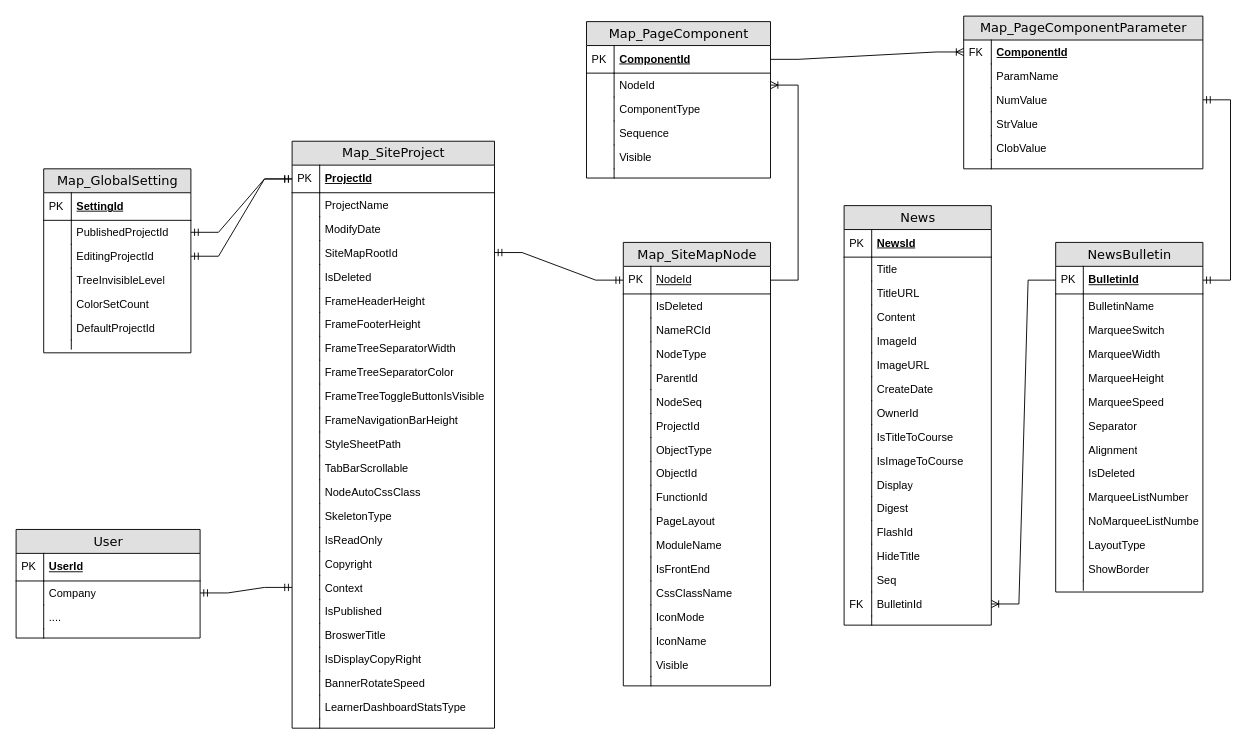
zs6184/Drawio keeps this draw.io diagram as drawioFile/最新公告關聯.drawio. Above is the earlier version. Source tidied: cells renumbered, new cells numbered last; positions are measured from the earlier drawing's top-left corner, leaving out a move shared by most shapes. Both pictures are drawn from the tidied source at 92%, with x=0, y=0 at pixel (16, 16).
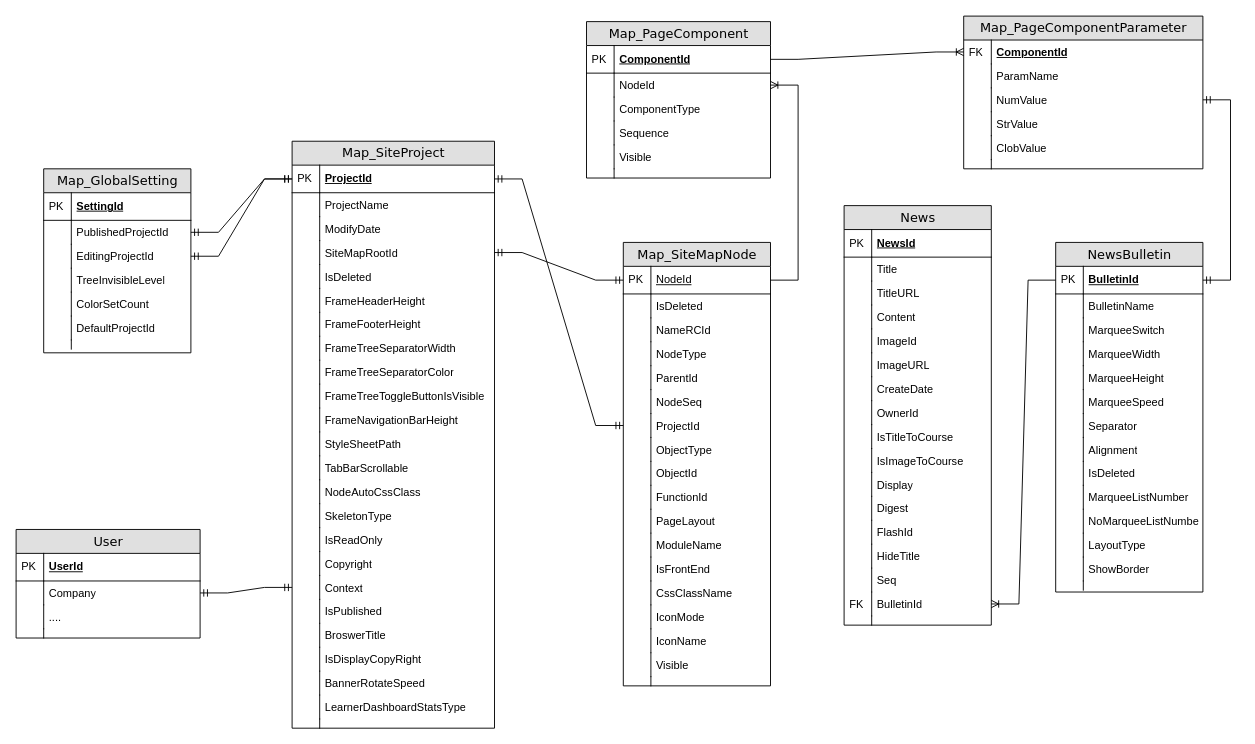
The same page after the edit.

The change refers to these unchanged cells:
```xml
<mxCell id="68" value="ProjectId" style="shape=partialRectangle;top=0;left=0;right=0;bottom=1;html=1;align=left;verticalAlign=middle;fillColor=none;spacingLeft=34;spacingRight=4;whiteSpace=wrap;overflow=hidden;points=[[0,0.5],[1,0.5]];portConstraint=eastwest;fontStyle=5;" parent="67" vertex="1">
  <mxGeometry y="26" width="220" height="30" as="geometry" />
</mxCell>
<mxCell id="144" value="ProjectId" style="shape=partialRectangle;top=0;left=0;right=0;bottom=0;html=1;align=left;verticalAlign=top;fillColor=none;spacingLeft=34;spacingRight=4;whiteSpace=wrap;overflow=hidden;points=[[0,0.5],[1,0.5]];portConstraint=eastwest;" parent="131" vertex="1">
  <mxGeometry y="186" width="160" height="26" as="geometry" />
</mxCell>
```

What changed in the source:
```diff
@@
+    <mxCell id="210" style="edgeStyle=entityRelationEdgeStyle;fontSize=12;html=1;endArrow=ERmandOne;startArrow=ERmandOne;rounded=0;entryX=0;entryY=0.5;entryDx=0;entryDy=0;exitX=1;exitY=0.5;exitDx=0;exitDy=0;" parent="1" edge="1" source="68" target="144">
+      <mxGeometry relative="1" as="geometry" />
+    </mxCell>
```
